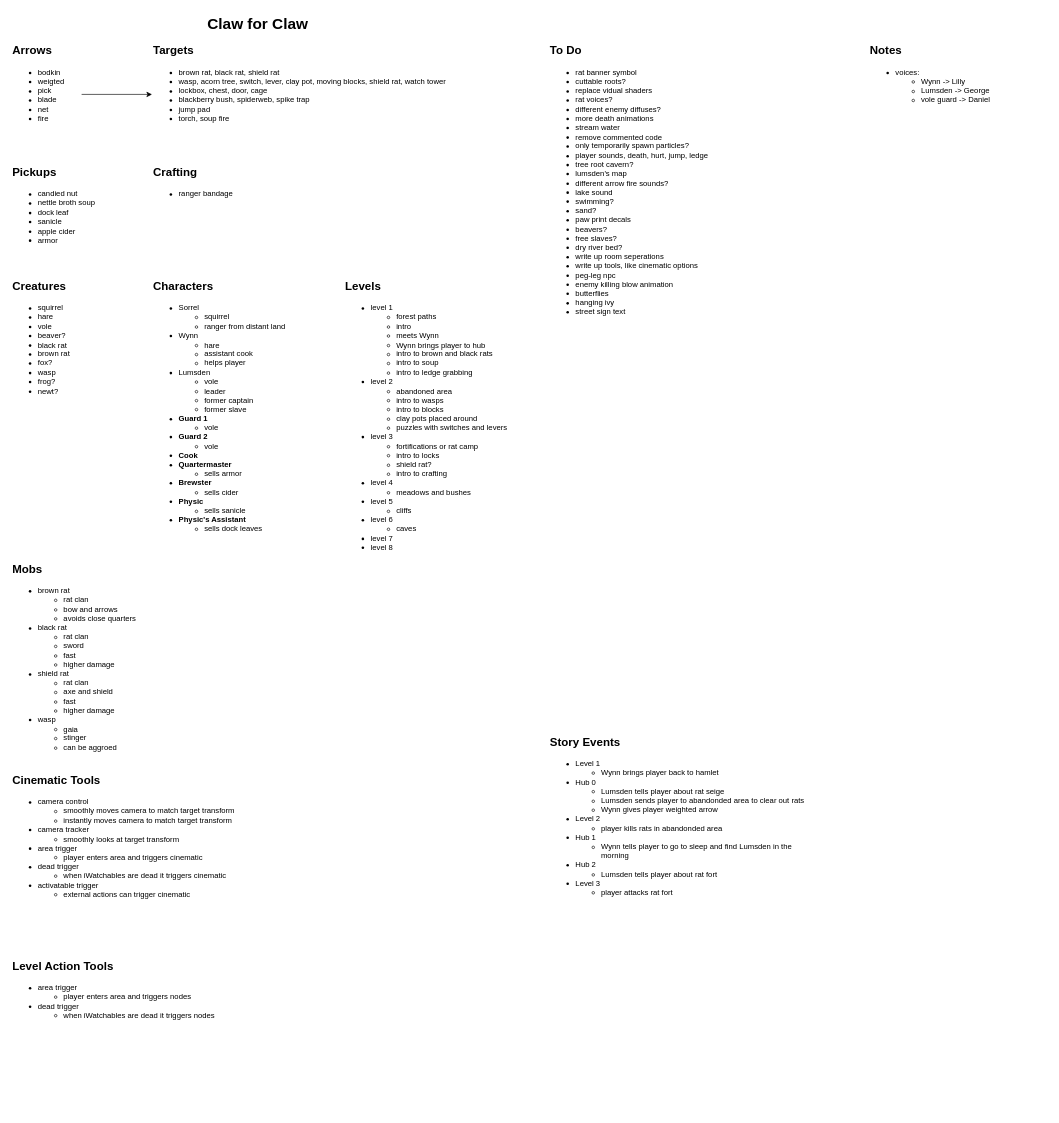
Earlier version of the draw.io diagram Planning/design-doc.drawio (camerondedore/Godot-Project-3). Source tidied: cells renumbered, new cells numbered last; positions are measured from the earlier drawing's top-left corner, leaving out a move shared by most shapes. Both pictures are drawn from the tidied source at 64%, with x=0, y=0 at pixel (11, 11).
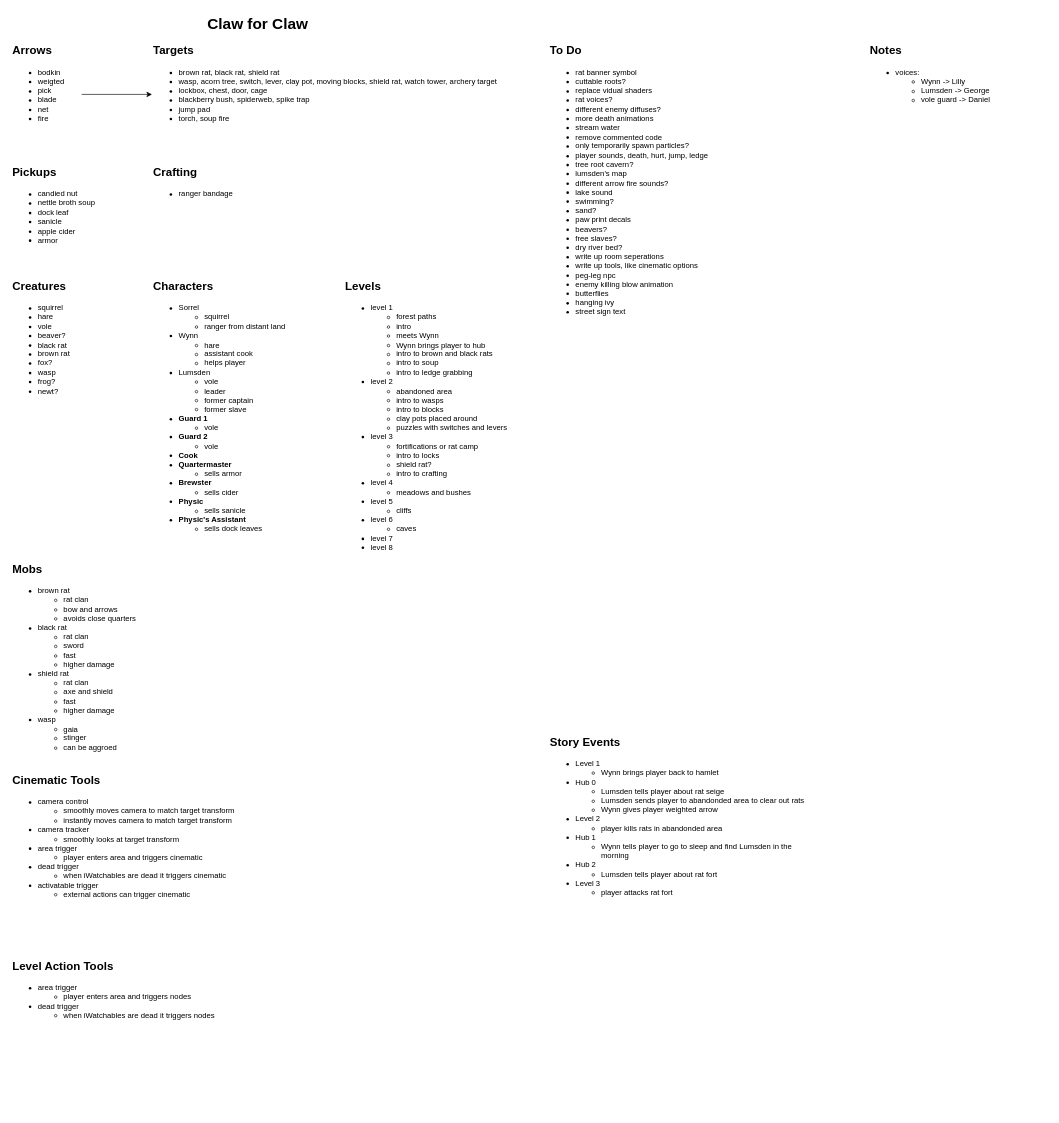
The same diagram, later.

What changed in the source:
```diff
@@
-    <mxCell id="7" value="&lt;ul&gt;&lt;li&gt;brown rat, black rat, shield rat&lt;/li&gt;&lt;li&gt;wasp, acorn tree, switch, lever, clay pot, moving blocks, shield rat, watch tower&lt;/li&gt;&lt;li&gt;lockbox, chest, door, cage&lt;/li&gt;&lt;li&gt;blackberry bush, spiderweb, spike trap&lt;/li&gt;&lt;li&gt;jump pad&lt;/li&gt;&lt;li&gt;torch, soup fire&lt;/li&gt;&lt;/ul&gt;" style="text;html=1;align=left;verticalAlign=top;whiteSpace=wrap;rounded=0;" parent="1" vertex="1">
-      <mxGeometry x="220" y="70" width="530" height="120" as="geometry" />
+    <mxCell id="7" value="&lt;ul&gt;&lt;li&gt;brown rat, black rat, shield rat&lt;/li&gt;&lt;li&gt;wasp, acorn tree, switch, lever, clay pot, moving blocks, shield rat, watch tower, archery target&lt;/li&gt;&lt;li&gt;lockbox, chest, door, cage&lt;/li&gt;&lt;li&gt;blackberry bush, spiderweb, spike trap&lt;/li&gt;&lt;li&gt;jump pad&lt;/li&gt;&lt;li&gt;torch, soup fire&lt;/li&gt;&lt;/ul&gt;" style="text;html=1;align=left;verticalAlign=top;whiteSpace=wrap;rounded=0;" parent="1" vertex="1">
+      <mxGeometry x="220" y="70" width="570" height="120" as="geometry" />
     </mxCell>
```
